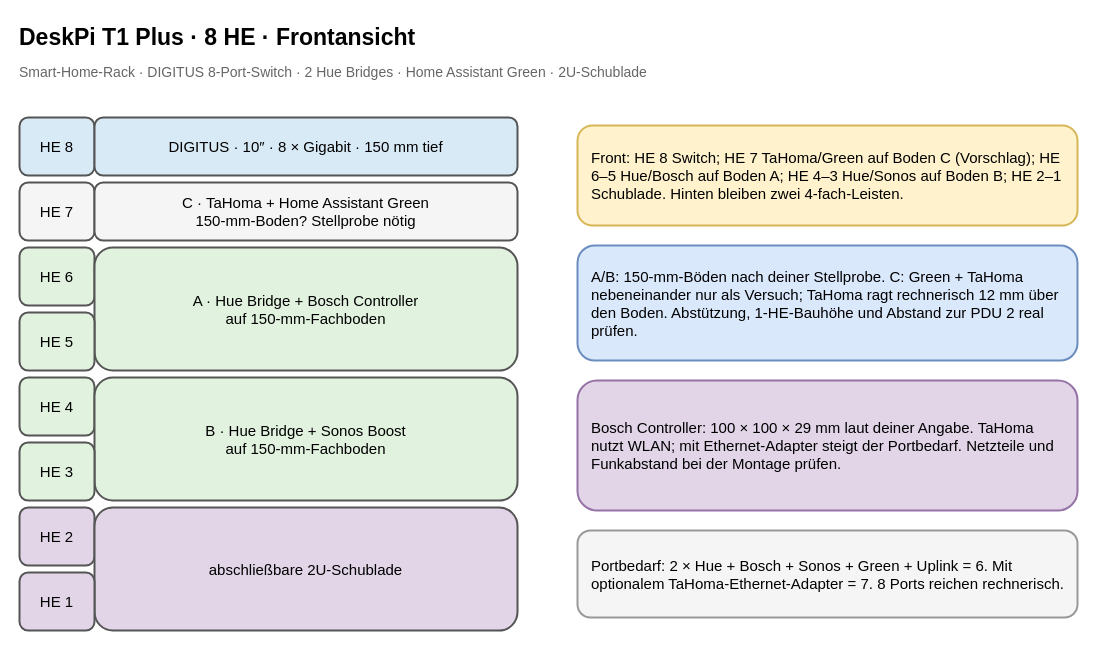
The draw.io diagram page "DeskPi 8 HE – Front" (1 of 4) of 10-zoll-rack-planung.drawio in tiptronic/diagrams, before the edit. Source tidied: cells renumbered, new cells numbered last; positions are measured from the earlier drawing's top-left corner, leaving out a move shared by most shapes. Both pictures are drawn from the tidied source at 100%, with x=0, y=0 at pixel (17, 17).
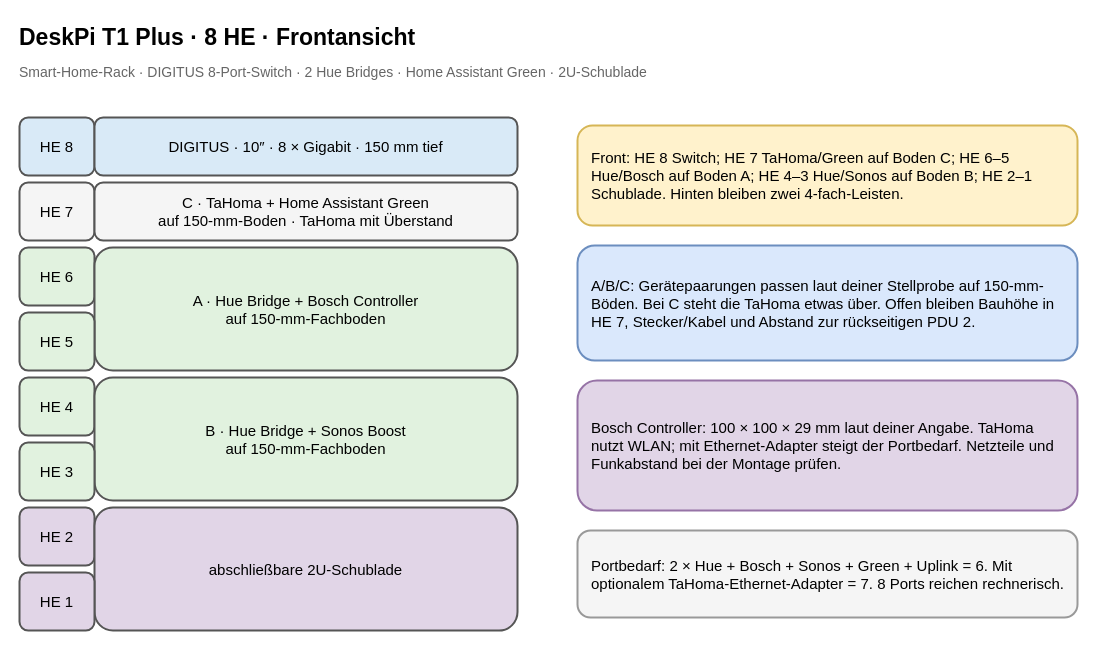
The same page after the edit.

Commit message (it also covers changes not shown here):
Confirm TaHoma and Green shelf footprint

Diff of the diagram source:
```diff
@@
-    <mxCell id="7" value="C · TaHoma + Home Assistant Green&#10;150-mm-Boden? Stellprobe nötig" style="rounded=1;whiteSpace=wrap;html=1;align=center;verticalAlign=middle;strokeWidth=2;fontSize=15;fillColor=#f5f5f5;strokeColor=#555555;" parent="1" vertex="1">
+    <mxCell id="7" value="C · TaHoma + Home Assistant Green&#10;auf 150-mm-Boden · TaHoma mit Überstand" style="rounded=1;whiteSpace=wrap;html=1;align=center;verticalAlign=middle;strokeWidth=2;fontSize=15;fillColor=#f5f5f5;strokeColor=#555555;" parent="1" vertex="1">
       <mxGeometry x="77" y="165" width="423" height="58" as="geometry" />
     </mxCell>
@@
-    <mxCell id="17" value="Front: HE 8 Switch; HE 7 TaHoma/Green auf Boden C (Vorschlag); HE 6–5 Hue/Bosch auf Boden A; HE 4–3 Hue/Sonos auf Boden B; HE 2–1 Schublade. Hinten bleiben zwei 4-fach-Leisten." style="rounded=1;whiteSpace=wrap;html=1;align=center;verticalAlign=middle;strokeWidth=2;fontSize=15;align=left;spacing=14;fillColor=#fff2cc;strokeColor=#d6b656;" parent="1" vertex="1">
+    <mxCell id="17" value="Front: HE 8 Switch; HE 7 TaHoma/Green auf Boden C; HE 6–5 Hue/Bosch auf Boden A; HE 4–3 Hue/Sonos auf Boden B; HE 2–1 Schublade. Hinten bleiben zwei 4-fach-Leisten." style="rounded=1;whiteSpace=wrap;html=1;align=center;verticalAlign=middle;strokeWidth=2;fontSize=15;align=left;spacing=14;fillColor=#fff2cc;strokeColor=#d6b656;" parent="1" vertex="1">
       <mxGeometry x="560" y="108" width="500" height="100" as="geometry" />
     </mxCell>
-    <mxCell id="18" value="A/B: 150-mm-Böden nach deiner Stellprobe. C: Green + TaHoma nebeneinander nur als Versuch; TaHoma ragt rechnerisch 12 mm über den Boden. Abstützung, 1-HE-Bauhöhe und Abstand zur PDU 2 real prüfen." style="rounded=1;whiteSpace=wrap;html=1;align=center;verticalAlign=middle;strokeWidth=2;fontSize=15;align=left;spacing=14;fillColor=#dae8fc;strokeColor=#6c8ebf;" parent="1" vertex="1">
+    <mxCell id="18" value="A/B/C: Gerätepaarungen passen laut deiner Stellprobe auf 150-mm-Böden. Bei C steht die TaHoma etwas über. Offen bleiben Bauhöhe in HE 7, Stecker/Kabel und Abstand zur rückseitigen PDU 2." style="rounded=1;whiteSpace=wrap;html=1;align=center;verticalAlign=middle;strokeWidth=2;fontSize=15;align=left;spacing=14;fillColor=#dae8fc;strokeColor=#6c8ebf;" parent="1" vertex="1">
       <mxGeometry x="560" y="228" width="500" height="115" as="geometry" />
     </mxCell>
```
